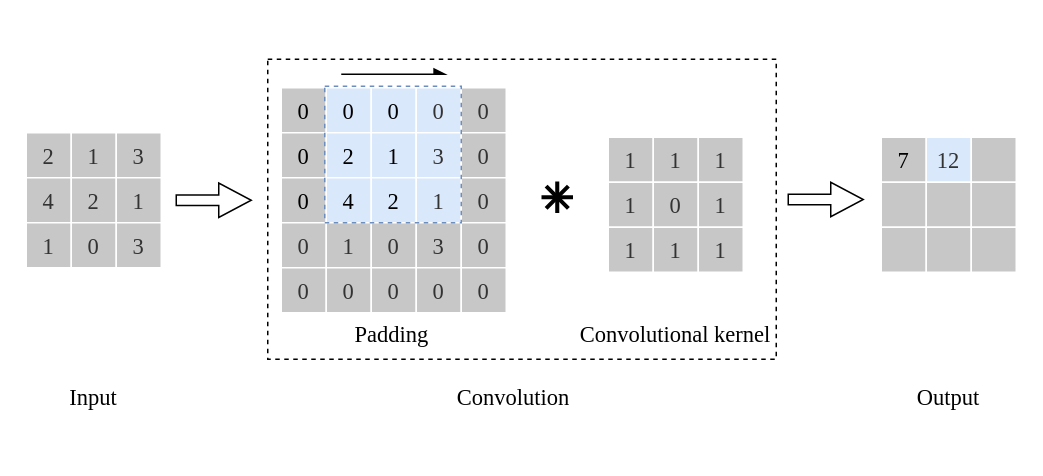
Earlier version of the draw.io diagram machine-learning/convolution.drawio (zhaicao/images). Source tidied: cells renumbered, new cells numbered last; positions are measured from the earlier drawing's top-left corner, leaving out a move shared by most shapes. Both pictures are drawn from the tidied source at 150%, with x=0, y=0 at pixel (26, 58).
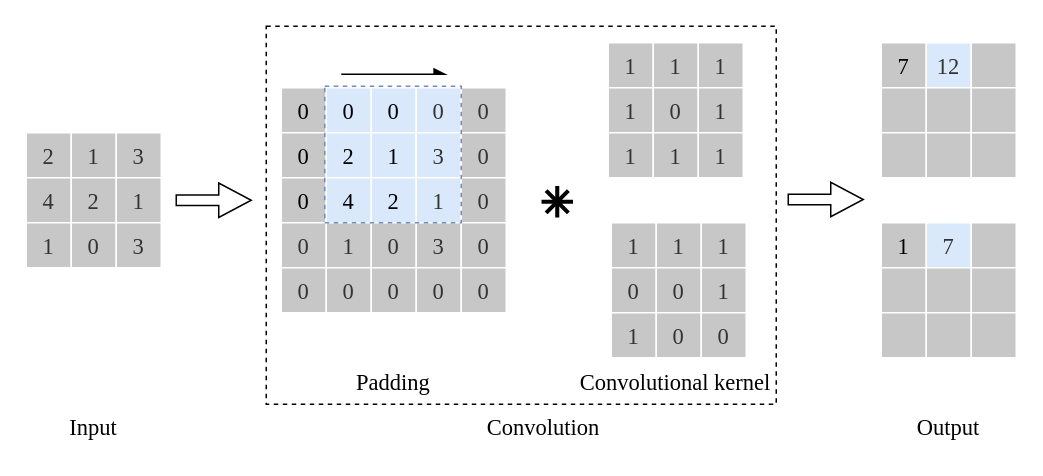
Above is the later version.

Diff of the diagram source:
```diff
@@
-    <mxCell id="2" style="rounded=0;whiteSpace=wrap;html=1;dashed=1;fillColor=none;fontSize=15;fontFamily=Times New Roman;" parent="1" vertex="1">
-      <mxGeometry x="161" width="339" height="200" as="geometry" />
-    </mxCell>
+    <mxCell id="67" style="rounded=0;whiteSpace=wrap;html=1;fillColor=none;dashed=1;" parent="1" vertex="1">
+      <mxGeometry x="160" y="-22" width="340" height="252" as="geometry" />
+    </mxCell>
@@
     <mxCell id="38" style="shape=cross;whiteSpace=wrap;html=1;fillColor=#000000;rotation=45;size=0.08578871867850694;fontSize=15;fontFamily=Times New Roman;" parent="1" vertex="1">
-      <mxGeometry x="344" y="82" width="20" height="20" as="geometry" />
+      <mxGeometry x="344" y="85" width="20" height="20" as="geometry" />
     </mxCell>
     <mxCell id="39" value="1" style="whiteSpace=wrap;html=1;fillColor=#C7C7C7;fontColor=#333333;strokeColor=#FFFFFF;fontSize=15;fontFamily=Times New Roman;" parent="1" vertex="1">
-      <mxGeometry x="388" y="52" width="30" height="30" as="geometry" />
+      <mxGeometry x="388" y="-11" width="30" height="30" as="geometry" />
     </mxCell>
     <mxCell id="40" value="1" style="whiteSpace=wrap;html=1;fillColor=#C7C7C7;fontColor=#333333;strokeColor=#FFFFFF;fontSize=15;fontFamily=Times New Roman;" parent="1" vertex="1">
-      <mxGeometry x="418" y="52" width="30" height="30" as="geometry" />
+      <mxGeometry x="418" y="-11" width="30" height="30" as="geometry" />
     </mxCell>
     <mxCell id="41" value="1" style="whiteSpace=wrap;html=1;fillColor=#C7C7C7;fontColor=#333333;strokeColor=#FFFFFF;fontSize=15;fontFamily=Times New Roman;" parent="1" vertex="1">
-      <mxGeometry x="448" y="52" width="30" height="30" as="geometry" />
+      <mxGeometry x="448" y="-11" width="30" height="30" as="geometry" />
     </mxCell>
     <mxCell id="42" value="1" style="whiteSpace=wrap;html=1;fillColor=#C7C7C7;fontColor=#333333;strokeColor=#FFFFFF;fontSize=15;fontFamily=Times New Roman;" parent="1" vertex="1">
-      <mxGeometry x="388" y="82" width="30" height="30" as="geometry" />
+      <mxGeometry x="388" y="19" width="30" height="30" as="geometry" />
     </mxCell>
     <mxCell id="43" value="0" style="whiteSpace=wrap;html=1;fillColor=#C7C7C7;fontColor=#333333;strokeColor=#FFFFFF;fontSize=15;fontFamily=Times New Roman;" parent="1" vertex="1">
-      <mxGeometry x="418" y="82" width="30" height="30" as="geometry" />
+      <mxGeometry x="418" y="19" width="30" height="30" as="geometry" />
     </mxCell>
     <mxCell id="44" value="1" style="whiteSpace=wrap;html=1;fillColor=#C7C7C7;fontColor=#333333;strokeColor=#FFFFFF;fontSize=15;fontFamily=Times New Roman;" parent="1" vertex="1">
-      <mxGeometry x="448" y="82" width="30" height="30" as="geometry" />
+      <mxGeometry x="448" y="19" width="30" height="30" as="geometry" />
     </mxCell>
     <mxCell id="45" value="1" style="whiteSpace=wrap;html=1;fillColor=#C7C7C7;fontColor=#333333;strokeColor=#FFFFFF;fontSize=15;fontFamily=Times New Roman;" parent="1" vertex="1">
-      <mxGeometry x="388" y="112" width="30" height="30" as="geometry" />
+      <mxGeometry x="388" y="49" width="30" height="30" as="geometry" />
     </mxCell>
     <mxCell id="46" value="1" style="whiteSpace=wrap;html=1;fillColor=#C7C7C7;fontColor=#333333;strokeColor=#FFFFFF;fontSize=15;fontFamily=Times New Roman;" parent="1" vertex="1">
-      <mxGeometry x="418" y="112" width="30" height="30" as="geometry" />
+      <mxGeometry x="418" y="49" width="30" height="30" as="geometry" />
     </mxCell>
     <mxCell id="47" value="1" style="whiteSpace=wrap;html=1;fillColor=#C7C7C7;fontColor=#333333;strokeColor=#FFFFFF;fontSize=15;fontFamily=Times New Roman;" parent="1" vertex="1">
-      <mxGeometry x="448" y="112" width="30" height="30" as="geometry" />
+      <mxGeometry x="448" y="49" width="30" height="30" as="geometry" />
     </mxCell>
     <mxCell id="48" value="7" style="whiteSpace=wrap;html=1;fillColor=#C7C7C7;strokeColor=#FFFFFF;fontSize=15;fontFamily=Times New Roman;" parent="1" vertex="1">
-      <mxGeometry x="570" y="52" width="30" height="30" as="geometry" />
+      <mxGeometry x="570" y="-11" width="30" height="30" as="geometry" />
     </mxCell>
     <mxCell id="49" value="12" style="whiteSpace=wrap;html=1;fillColor=#DAE8FC;fontColor=#333333;strokeColor=#FFFFFF;fontSize=15;fontFamily=Times New Roman;" parent="1" vertex="1">
-      <mxGeometry x="600" y="52" width="30" height="30" as="geometry" />
+      <mxGeometry x="600" y="-11" width="30" height="30" as="geometry" />
     </mxCell>
     <mxCell id="50" style="whiteSpace=wrap;html=1;fillColor=#C7C7C7;fontColor=#333333;strokeColor=#FFFFFF;fontSize=15;fontFamily=Times New Roman;" parent="1" vertex="1">
-      <mxGeometry x="630" y="52" width="30" height="30" as="geometry" />
+      <mxGeometry x="630" y="-11" width="30" height="30" as="geometry" />
     </mxCell>
     <mxCell id="51" style="whiteSpace=wrap;html=1;fillColor=#C7C7C7;fontColor=#333333;strokeColor=#FFFFFF;fontSize=15;fontFamily=Times New Roman;" parent="1" vertex="1">
-      <mxGeometry x="570" y="82" width="30" height="30" as="geometry" />
+      <mxGeometry x="570" y="19" width="30" height="30" as="geometry" />
     </mxCell>
     <mxCell id="52" style="whiteSpace=wrap;html=1;fillColor=#C7C7C7;fontColor=#333333;strokeColor=#FFFFFF;fontSize=15;fontFamily=Times New Roman;" parent="1" vertex="1">
-      <mxGeometry x="600" y="82" width="30" height="30" as="geometry" />
+      <mxGeometry x="600" y="19" width="30" height="30" as="geometry" />
     </mxCell>
     <mxCell id="53" style="whiteSpace=wrap;html=1;fillColor=#C7C7C7;fontColor=#333333;strokeColor=#FFFFFF;fontSize=15;fontFamily=Times New Roman;" parent="1" vertex="1">
-      <mxGeometry x="630" y="82" width="30" height="30" as="geometry" />
+      <mxGeometry x="630" y="19" width="30" height="30" as="geometry" />
     </mxCell>
     <mxCell id="54" style="whiteSpace=wrap;html=1;fillColor=#C7C7C7;fontColor=#333333;strokeColor=#FFFFFF;fontSize=15;fontFamily=Times New Roman;" parent="1" vertex="1">
-      <mxGeometry x="570" y="112" width="30" height="30" as="geometry" />
+      <mxGeometry x="570" y="49" width="30" height="30" as="geometry" />
     </mxCell>
     <mxCell id="55" style="whiteSpace=wrap;html=1;fillColor=#C7C7C7;fontColor=#333333;strokeColor=#FFFFFF;fontSize=15;fontFamily=Times New Roman;" parent="1" vertex="1">
-      <mxGeometry x="600" y="112" width="30" height="30" as="geometry" />
+      <mxGeometry x="600" y="49" width="30" height="30" as="geometry" />
     </mxCell>
     <mxCell id="56" style="whiteSpace=wrap;html=1;fillColor=#C7C7C7;fontColor=#333333;strokeColor=#FFFFFF;fontSize=15;fontFamily=Times New Roman;" parent="1" vertex="1">
-      <mxGeometry x="630" y="112" width="30" height="30" as="geometry" />
+      <mxGeometry x="630" y="49" width="30" height="30" as="geometry" />
     </mxCell>
     <mxCell id="57" style="shape=cross;whiteSpace=wrap;html=1;fillColor=#000000;size=0.08453994219168635;fontSize=15;fontFamily=Times New Roman;" parent="1" vertex="1">
-      <mxGeometry x="344" y="82" width="20" height="20" as="geometry" />
+      <mxGeometry x="344" y="85" width="20" height="20" as="geometry" />
     </mxCell>
@@
     <mxCell id="62" value="Input" style="text;html=1;align=center;verticalAlign=middle;whiteSpace=wrap;rounded=0;fontSize=15;fontFamily=Times New Roman;" parent="1" vertex="1">
-      <mxGeometry x="15" y="210" width="60" height="30" as="geometry" />
+      <mxGeometry x="15" y="230" width="60" height="30" as="geometry" />
     </mxCell>
     <mxCell id="63" value="Output" style="text;html=1;align=center;verticalAlign=middle;whiteSpace=wrap;rounded=0;fontSize=15;fontFamily=Times New Roman;" parent="1" vertex="1">
-      <mxGeometry x="585" y="210" width="60" height="30" as="geometry" />
+      <mxGeometry x="585" y="230" width="60" height="30" as="geometry" />
     </mxCell>
     <mxCell id="64" value="Convolution" style="text;html=1;align=center;verticalAlign=middle;whiteSpace=wrap;rounded=0;fontSize=15;fontFamily=Times New Roman;" parent="1" vertex="1">
-      <mxGeometry x="260" y="210" width="130" height="30" as="geometry" />
+      <mxGeometry x="280" y="230" width="130" height="30" as="geometry" />
     </mxCell>
     <mxCell id="65" value="Convolutional kernel" style="text;html=1;align=center;verticalAlign=middle;whiteSpace=wrap;rounded=0;fontSize=15;fontFamily=Times New Roman;" parent="1" vertex="1">
-      <mxGeometry x="365.2" y="168" width="135.5" height="30" as="geometry" />
+      <mxGeometry x="365.2" y="200" width="135.5" height="30" as="geometry" />
     </mxCell>
     <mxCell id="66" value="Padding" style="text;html=1;align=center;verticalAlign=middle;whiteSpace=wrap;rounded=0;fontSize=15;fontFamily=Times New Roman;" parent="1" vertex="1">
-      <mxGeometry x="214" y="168" width="60" height="30" as="geometry" />
+      <mxGeometry x="215" y="200" width="60" height="30" as="geometry" />
     </mxCell>
+    <mxCell id="68" value="1" style="whiteSpace=wrap;html=1;fillColor=#C7C7C7;fontColor=#333333;strokeColor=#FFFFFF;fontSize=15;fontFamily=Times New Roman;" parent="1" vertex="1">
+      <mxGeometry x="390" y="109" width="30" height="30" as="geometry" />
+    </mxCell>
+    <mxCell id="69" value="1" style="whiteSpace=wrap;html=1;fillColor=#C7C7C7;fontColor=#333333;strokeColor=#FFFFFF;fontSize=15;fontFamily=Times New Roman;" parent="1" vertex="1">
+      <mxGeometry x="420" y="109" width="30" height="30" as="geometry" />
+    </mxCell>
+    <mxCell id="70" value="1" style="whiteSpace=wrap;html=1;fillColor=#C7C7C7;fontColor=#333333;strokeColor=#FFFFFF;fontSize=15;fontFamily=Times New Roman;" parent="1" vertex="1">
+      <mxGeometry x="450" y="109" width="30" height="30" as="geometry" />
+    </mxCell>
+    <mxCell id="71" value="0" style="whiteSpace=wrap;html=1;fillColor=#C7C7C7;fontColor=#333333;strokeColor=#FFFFFF;fontSize=15;fontFamily=Times New Roman;" parent="1" vertex="1">
+      <mxGeometry x="390" y="139" width="30" height="30" as="geometry" />
+    </mxCell>
+    <mxCell id="72" value="0" style="whiteSpace=wrap;html=1;fillColor=#C7C7C7;fontColor=#333333;strokeColor=#FFFFFF;fontSize=15;fontFamily=Times New Roman;" parent="1" vertex="1">
+      <mxGeometry x="420" y="139" width="30" height="30" as="geometry" />
+    </mxCell>
+    <mxCell id="73" value="1" style="whiteSpace=wrap;html=1;fillColor=#C7C7C7;fontColor=#333333;strokeColor=#FFFFFF;fontSize=15;fontFamily=Times New Roman;" parent="1" vertex="1">
+      <mxGeometry x="450" y="139" width="30" height="30" as="geometry" />
+    </mxCell>
+    <mxCell id="74" value="1" style="whiteSpace=wrap;html=1;fillColor=#C7C7C7;fontColor=#333333;strokeColor=#FFFFFF;fontSize=15;fontFamily=Times New Roman;" parent="1" vertex="1">
+      <mxGeometry x="390" y="169" width="30" height="30" as="geometry" />
+    </mxCell>
+    <mxCell id="75" value="0" style="whiteSpace=wrap;html=1;fillColor=#C7C7C7;fontColor=#333333;strokeColor=#FFFFFF;fontSize=15;fontFamily=Times New Roman;" parent="1" vertex="1">
+      <mxGeometry x="420" y="169" width="30" height="30" as="geometry" />
+    </mxCell>
+    <mxCell id="76" value="0" style="whiteSpace=wrap;html=1;fillColor=#C7C7C7;fontColor=#333333;strokeColor=#FFFFFF;fontSize=15;fontFamily=Times New Roman;" parent="1" vertex="1">
+      <mxGeometry x="450" y="169" width="30" height="30" as="geometry" />
+    </mxCell>
+    <mxCell id="77" value="1" style="whiteSpace=wrap;html=1;fillColor=#C7C7C7;strokeColor=#FFFFFF;fontSize=15;fontFamily=Times New Roman;" parent="1" vertex="1">
+      <mxGeometry x="570" y="109" width="30" height="30" as="geometry" />
+    </mxCell>
+    <mxCell id="78" value="7" style="whiteSpace=wrap;html=1;fillColor=#DAE8FC;fontColor=#333333;strokeColor=#FFFFFF;fontSize=15;fontFamily=Times New Roman;" parent="1" vertex="1">
+      <mxGeometry x="600" y="109" width="30" height="30" as="geometry" />
+    </mxCell>
+    <mxCell id="79" style="whiteSpace=wrap;html=1;fillColor=#C7C7C7;fontColor=#333333;strokeColor=#FFFFFF;fontSize=15;fontFamily=Times New Roman;" parent="1" vertex="1">
+      <mxGeometry x="630" y="109" width="30" height="30" as="geometry" />
+    </mxCell>
+    <mxCell id="80" style="whiteSpace=wrap;html=1;fillColor=#C7C7C7;fontColor=#333333;strokeColor=#FFFFFF;fontSize=15;fontFamily=Times New Roman;" parent="1" vertex="1">
+      <mxGeometry x="570" y="139" width="30" height="30" as="geometry" />
+    </mxCell>
+    <mxCell id="81" style="whiteSpace=wrap;html=1;fillColor=#C7C7C7;fontColor=#333333;strokeColor=#FFFFFF;fontSize=15;fontFamily=Times New Roman;" parent="1" vertex="1">
+      <mxGeometry x="600" y="139" width="30" height="30" as="geometry" />
+    </mxCell>
+    <mxCell id="82" style="whiteSpace=wrap;html=1;fillColor=#C7C7C7;fontColor=#333333;strokeColor=#FFFFFF;fontSize=15;fontFamily=Times New Roman;" parent="1" vertex="1">
+      <mxGeometry x="630" y="139" width="30" height="30" as="geometry" />
+    </mxCell>
+    <mxCell id="83" style="whiteSpace=wrap;html=1;fillColor=#C7C7C7;fontColor=#333333;strokeColor=#FFFFFF;fontSize=15;fontFamily=Times New Roman;" parent="1" vertex="1">
+      <mxGeometry x="570" y="169" width="30" height="30" as="geometry" />
+    </mxCell>
+    <mxCell id="84" style="whiteSpace=wrap;html=1;fillColor=#C7C7C7;fontColor=#333333;strokeColor=#FFFFFF;fontSize=15;fontFamily=Times New Roman;" parent="1" vertex="1">
+      <mxGeometry x="600" y="169" width="30" height="30" as="geometry" />
+    </mxCell>
+    <mxCell id="85" style="whiteSpace=wrap;html=1;fillColor=#C7C7C7;fontColor=#333333;strokeColor=#FFFFFF;fontSize=15;fontFamily=Times New Roman;" parent="1" vertex="1">
+      <mxGeometry x="630" y="169" width="30" height="30" as="geometry" />
+    </mxCell>
```
